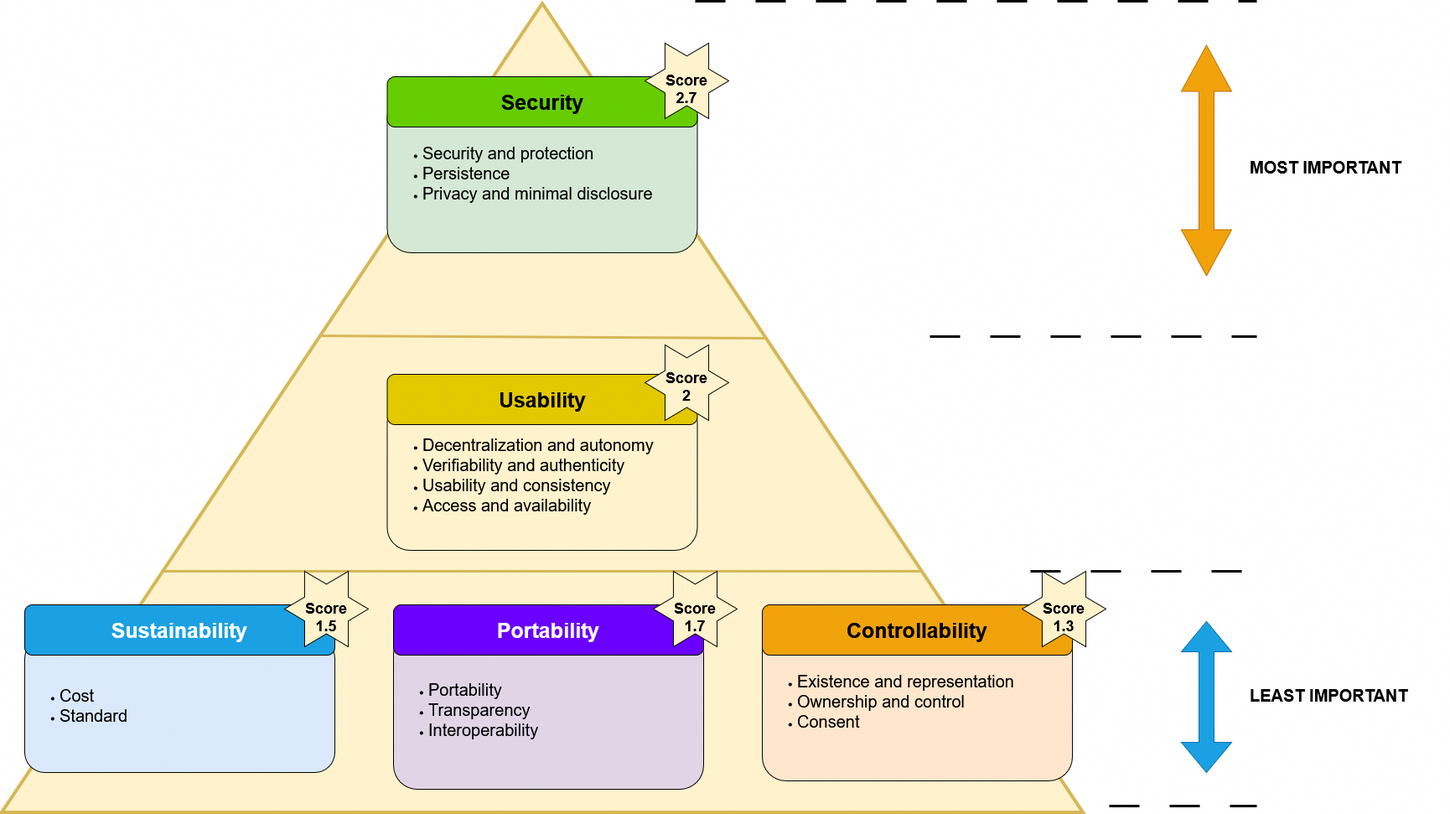
The draw.io diagram definition/images/survey/ImportantGroups.png in cristianlepore/Self-Sovereign-Identity, before a commit. Source tidied: cells renumbered, new cells last; positions are measured from the earlier drawing's top-left corner, leaving out a move shared by most shapes.
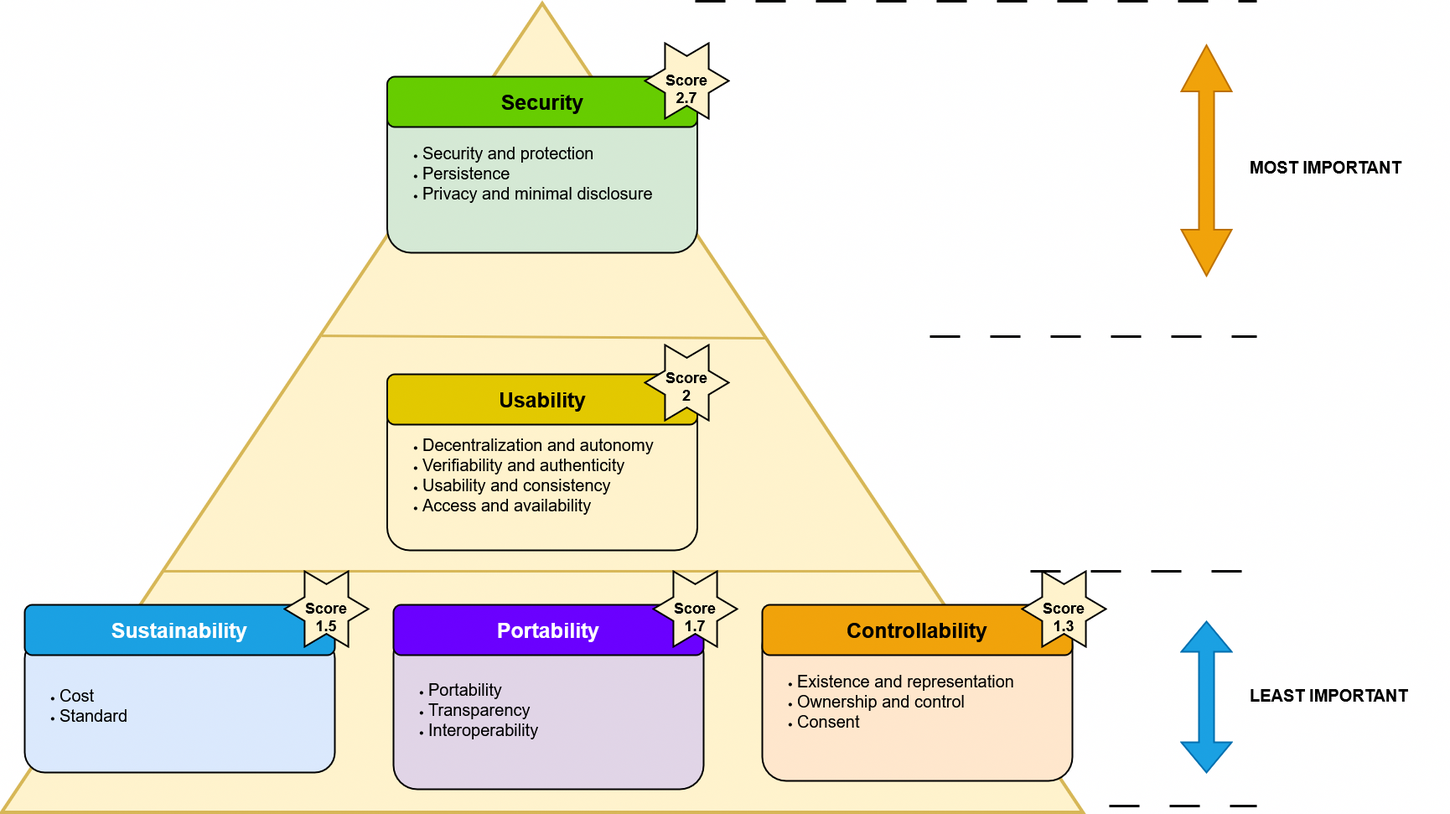
The same file after the commit.

Diff of the diagram source:
```diff
@@ -2,12 +2,12 @@
   <root>
     <mxCell id="0" />
     <mxCell id="1" parent="0" />
-    <mxCell id="2" style="endArrow=none;html=1;rounded=0;exitX=0.298;exitY=0.15;exitDx=0;exitDy=0;exitPerimeter=0;fillColor=#fff2cc;strokeColor=#000000;strokeWidth=3;dashed=1;dashPattern=12 12;" parent="1" edge="1">
-      <mxGeometry relative="1" as="geometry">
-        <mxPoint x="1150" y="1120" as="sourcePoint" />
-        <mxPoint x="1470" y="1120" as="targetPoint" />
-      </mxGeometry>
-    </mxCell>
+    <mxCell id="33" style="endArrow=none;html=1;rounded=0;exitX=0.298;exitY=0.15;exitDx=0;exitDy=0;exitPerimeter=0;fillColor=#fff2cc;strokeColor=#000000;strokeWidth=3;dashed=1;dashPattern=12 12;" parent="1" edge="1">
+      <mxGeometry relative="1" as="geometry">
+        <mxPoint x="1150" y="1120" as="sourcePoint" />
+        <mxPoint x="1470" y="1120" as="targetPoint" />
+      </mxGeometry>
+    </mxCell>
     <mxCell id="3" style="triangle;whiteSpace=wrap;html=1;rotation=-90;fillColor=#fff2cc;strokeColor=#d6b656;strokeWidth=4;" parent="1" vertex="1">
       <mxGeometry x="135" width="965" height="1290" as="geometry" />
     </mxCell>
@@ -17,93 +17,93 @@
     <mxCell id="5" value="&lt;div style=&quot;line-height: 200%;&quot; align=&quot;right&quot;&gt;&lt;b&gt;&lt;font style=&quot;font-size: 20px; color: rgb(0, 0, 0);&quot;&gt;LEAST IMPORTANT&lt;/font&gt;&lt;span style=&quot;color: rgba(0, 0, 0, 0);&quot;&gt;&lt;span style=&quot;color: rgba(0, 0, 0, 0);&quot;&gt;&lt;br&gt;&lt;/span&gt;&lt;/span&gt;&lt;/b&gt;&lt;/div&gt;" style="text;whiteSpace=wrap;html=1;" parent="1" vertex="1">
       <mxGeometry x="1460" y="970" width="240" height="60" as="geometry" />
     </mxCell>
-    <mxCell id="6" style="endArrow=none;html=1;rounded=0;entryX=0.586;entryY=0.707;entryDx=0;entryDy=0;entryPerimeter=0;exitX=0.589;exitY=0.296;exitDx=0;exitDy=0;exitPerimeter=0;fillColor=#fff2cc;strokeColor=#d6b656;strokeWidth=3;" parent="1" edge="1" source="3" target="3">
-      <mxGeometry relative="1" as="geometry" />
-    </mxCell>
-    <mxCell id="7" style="endArrow=none;html=1;rounded=0;entryX=0.298;entryY=0.851;entryDx=0;entryDy=0;entryPerimeter=0;exitX=0.298;exitY=0.15;exitDx=0;exitDy=0;exitPerimeter=0;fillColor=#fff2cc;strokeColor=#d6b656;strokeWidth=3;" parent="1" edge="1" source="3" target="3">
-      <mxGeometry relative="1" as="geometry" />
-    </mxCell>
+    <mxCell id="34" style="endArrow=none;html=1;rounded=0;entryX=0.586;entryY=0.707;entryDx=0;entryDy=0;entryPerimeter=0;exitX=0.589;exitY=0.296;exitDx=0;exitDy=0;exitPerimeter=0;fillColor=#fff2cc;strokeColor=#d6b656;strokeWidth=3;" parent="1" edge="1" source="3" target="3">
+      <mxGeometry relative="1" as="geometry" />
+    </mxCell>
+    <mxCell id="35" style="endArrow=none;html=1;rounded=0;entryX=0.298;entryY=0.851;entryDx=0;entryDy=0;entryPerimeter=0;exitX=0.298;exitY=0.15;exitDx=0;exitDy=0;exitPerimeter=0;fillColor=#fff2cc;strokeColor=#d6b656;strokeWidth=3;" parent="1" edge="1" source="3" target="3">
+      <mxGeometry relative="1" as="geometry" />
+    </mxCell>
-    <mxCell id="8" value="&lt;div align=&quot;left&quot;&gt;&lt;ul&gt;&lt;li&gt;&lt;font style=&quot;font-size: 20px;&quot;&gt;Existence and representation&lt;/font&gt;&lt;/li&gt;&lt;li&gt;&lt;font style=&quot;font-size: 20px;&quot;&gt;Ownership and control&lt;/font&gt;&lt;/li&gt;&lt;li&gt;&lt;font style=&quot;font-size: 20px;&quot;&gt;Consent&lt;/font&gt;&lt;/li&gt;&lt;/ul&gt;&lt;/div&gt;" style="rounded=1;whiteSpace=wrap;html=1;align=left;fillColor=#ffe6cc;strokeColor=#000000;" parent="1" vertex="1">
+    <mxCell id="8" value="&lt;div align=&quot;left&quot;&gt;&lt;ul&gt;&lt;li&gt;&lt;font style=&quot;font-size: 20px;&quot;&gt;Existence and representation&lt;/font&gt;&lt;/li&gt;&lt;li&gt;&lt;font style=&quot;font-size: 20px;&quot;&gt;Ownership and control&lt;/font&gt;&lt;/li&gt;&lt;li&gt;&lt;font style=&quot;font-size: 20px;&quot;&gt;Consent&lt;/font&gt;&lt;/li&gt;&lt;/ul&gt;&lt;/div&gt;" style="rounded=1;whiteSpace=wrap;html=1;align=left;fillColor=#ffe6cc;strokeColor=#000000;strokeWidth=2;" parent="1" vertex="1">
       <mxGeometry x="880" y="900" width="370" height="190" as="geometry" />
     </mxCell>
-    <mxCell id="9" value="&lt;div align=&quot;left&quot;&gt;&lt;ul&gt;&lt;li&gt;&lt;font style=&quot;font-size: 20px;&quot;&gt;Security and protection&lt;/font&gt;&lt;/li&gt;&lt;li&gt;&lt;font style=&quot;font-size: 20px;&quot;&gt;Persistence&lt;/font&gt;&lt;/li&gt;&lt;li&gt;&lt;font style=&quot;font-size: 20px;&quot;&gt;Privacy and minimal disclosure&lt;/font&gt;&lt;/li&gt;&lt;/ul&gt;&lt;/div&gt;" style="rounded=1;whiteSpace=wrap;html=1;align=left;fillColor=#d5e8d4;strokeColor=#000000;" parent="1" vertex="1">
+    <mxCell id="9" value="&lt;div align=&quot;left&quot;&gt;&lt;ul&gt;&lt;li&gt;&lt;font style=&quot;font-size: 20px;&quot;&gt;Security and protection&lt;/font&gt;&lt;/li&gt;&lt;li&gt;&lt;font style=&quot;font-size: 20px;&quot;&gt;Persistence&lt;/font&gt;&lt;/li&gt;&lt;li&gt;&lt;font style=&quot;font-size: 20px;&quot;&gt;Privacy and minimal disclosure&lt;/font&gt;&lt;/li&gt;&lt;/ul&gt;&lt;/div&gt;" style="rounded=1;whiteSpace=wrap;html=1;align=left;fillColor=#d5e8d4;strokeColor=#000000;strokeWidth=2;" parent="1" vertex="1">
       <mxGeometry x="432.5" y="270" width="370" height="190" as="geometry" />
     </mxCell>
-    <mxCell id="10" value="&lt;div align=&quot;left&quot;&gt;&lt;ul&gt;&lt;li&gt;&lt;font style=&quot;font-size: 20px;&quot;&gt;Decentralization and autonomy&lt;/font&gt;&lt;/li&gt;&lt;li&gt;&lt;font style=&quot;font-size: 20px;&quot;&gt;Verifiability and authenticity&lt;/font&gt;&lt;/li&gt;&lt;li&gt;&lt;font style=&quot;font-size: 20px;&quot;&gt;Usability and consistency&lt;/font&gt;&lt;/li&gt;&lt;li&gt;&lt;font style=&quot;font-size: 20px;&quot;&gt;Access and availability&lt;/font&gt;&lt;/li&gt;&lt;/ul&gt;&lt;/div&gt;" style="rounded=1;whiteSpace=wrap;html=1;align=left;fillColor=#fff2cc;strokeColor=#000000;" parent="1" vertex="1">
+    <mxCell id="10" value="&lt;div align=&quot;left&quot;&gt;&lt;ul&gt;&lt;li&gt;&lt;font style=&quot;font-size: 20px;&quot;&gt;Decentralization and autonomy&lt;/font&gt;&lt;/li&gt;&lt;li&gt;&lt;font style=&quot;font-size: 20px;&quot;&gt;Verifiability and authenticity&lt;/font&gt;&lt;/li&gt;&lt;li&gt;&lt;font style=&quot;font-size: 20px;&quot;&gt;Usability and consistency&lt;/font&gt;&lt;/li&gt;&lt;li&gt;&lt;font style=&quot;font-size: 20px;&quot;&gt;Access and availability&lt;/font&gt;&lt;/li&gt;&lt;/ul&gt;&lt;/div&gt;" style="rounded=1;whiteSpace=wrap;html=1;align=left;fillColor=#fff2cc;strokeColor=#000000;strokeWidth=2;" parent="1" vertex="1">
       <mxGeometry x="432.5" y="635" width="370" height="180" as="geometry" />
     </mxCell>
-    <mxCell id="11" value="&lt;b&gt;&lt;font style=&quot;font-size: 25px;&quot;&gt;Controllability&lt;/font&gt;&lt;/b&gt;" style="rounded=1;whiteSpace=wrap;html=1;fillColor=#f0a30a;fontColor=#000000;strokeColor=#000000;" parent="1" vertex="1">
+    <mxCell id="11" value="&lt;b&gt;&lt;font style=&quot;font-size: 25px;&quot;&gt;Controllability&lt;/font&gt;&lt;/b&gt;" style="rounded=1;whiteSpace=wrap;html=1;fillColor=#f0a30a;fontColor=#000000;strokeColor=#000000;strokeWidth=2;" parent="1" vertex="1">
       <mxGeometry x="880" y="880" width="370" height="60" as="geometry" />
     </mxCell>
-    <mxCell id="12" value="&lt;div&gt;&lt;b&gt;&lt;font style=&quot;font-size: 25px;&quot;&gt;Usability&lt;/font&gt;&lt;/b&gt;&lt;br&gt;&lt;/div&gt;" style="rounded=1;whiteSpace=wrap;html=1;fillColor=#e3c800;fontColor=#000000;strokeColor=#000000;" parent="1" vertex="1">
+    <mxCell id="12" value="&lt;div&gt;&lt;b&gt;&lt;font style=&quot;font-size: 25px;&quot;&gt;Usability&lt;/font&gt;&lt;/b&gt;&lt;br&gt;&lt;/div&gt;" style="rounded=1;whiteSpace=wrap;html=1;fillColor=#e3c800;fontColor=#000000;strokeColor=#000000;strokeWidth=2;" parent="1" vertex="1">
       <mxGeometry x="432.5" y="605" width="370" height="60" as="geometry" />
     </mxCell>
-    <mxCell id="13" value="&lt;span style=&quot;color: rgb(0, 0, 0); --darkreader-inline-color: var(--darkreader-text-ededed, #f9f5f0);&quot;&gt;&lt;b&gt;&lt;font style=&quot;font-size: 25px;&quot;&gt;Security&lt;font&gt;&lt;br&gt;&lt;/font&gt;&lt;/font&gt;&lt;/b&gt;&lt;/span&gt;" style="rounded=1;whiteSpace=wrap;html=1;fillColor=#66CC00;strokeColor=#000000;fontColor=#ffffff;" parent="1" vertex="1">
+    <mxCell id="13" value="&lt;span style=&quot;color: rgb(0, 0, 0); --darkreader-inline-color: var(--darkreader-text-ededed, #f9f5f0);&quot;&gt;&lt;b&gt;&lt;font style=&quot;font-size: 25px;&quot;&gt;Security&lt;font&gt;&lt;br&gt;&lt;/font&gt;&lt;/font&gt;&lt;/b&gt;&lt;/span&gt;" style="rounded=1;whiteSpace=wrap;html=1;fillColor=#66CC00;strokeColor=#000000;fontColor=#ffffff;strokeWidth=2;" parent="1" vertex="1">
       <mxGeometry x="432.5" y="250" width="370" height="60" as="geometry" />
     </mxCell>
-    <mxCell id="14" value="&lt;div align=&quot;left&quot;&gt;&lt;ul&gt;&lt;li&gt;&lt;font style=&quot;font-size: 20px;&quot;&gt;Cost&lt;/font&gt;&lt;/li&gt;&lt;li&gt;&lt;div&gt;&lt;font style=&quot;font-size: 20px;&quot;&gt;Standard&lt;/font&gt;&lt;/div&gt;&lt;/li&gt;&lt;/ul&gt;&lt;/div&gt;" style="rounded=1;whiteSpace=wrap;html=1;fillColor=#dae8fc;strokeColor=#000000;align=left;" parent="1" vertex="1">
+    <mxCell id="14" value="&lt;div align=&quot;left&quot;&gt;&lt;ul&gt;&lt;li&gt;&lt;font style=&quot;font-size: 20px;&quot;&gt;Cost&lt;/font&gt;&lt;/li&gt;&lt;li&gt;&lt;div&gt;&lt;font style=&quot;font-size: 20px;&quot;&gt;Standard&lt;/font&gt;&lt;/div&gt;&lt;/li&gt;&lt;/ul&gt;&lt;/div&gt;" style="rounded=1;whiteSpace=wrap;html=1;fillColor=#dae8fc;strokeColor=#000000;align=left;strokeWidth=2;" parent="1" vertex="1">
       <mxGeometry y="920" width="370" height="160" as="geometry" />
     </mxCell>
-    <mxCell id="15" value="&lt;div align=&quot;left&quot;&gt;&lt;ul&gt;&lt;li&gt;&lt;font style=&quot;font-size: 20px;&quot;&gt;Portability&lt;/font&gt;&lt;/li&gt;&lt;li&gt;&lt;font style=&quot;font-size: 20px;&quot;&gt;Transparency&lt;/font&gt;&lt;/li&gt;&lt;li&gt;&lt;font style=&quot;font-size: 20px;&quot;&gt;Interoperability&lt;/font&gt;&lt;/li&gt;&lt;/ul&gt;&lt;/div&gt;" style="rounded=1;whiteSpace=wrap;html=1;align=left;fillColor=#e1d5e7;strokeColor=#000000;" parent="1" vertex="1">
+    <mxCell id="15" value="&lt;div align=&quot;left&quot;&gt;&lt;ul&gt;&lt;li&gt;&lt;font style=&quot;font-size: 20px;&quot;&gt;Portability&lt;/font&gt;&lt;/li&gt;&lt;li&gt;&lt;font style=&quot;font-size: 20px;&quot;&gt;Transparency&lt;/font&gt;&lt;/li&gt;&lt;li&gt;&lt;font style=&quot;font-size: 20px;&quot;&gt;Interoperability&lt;/font&gt;&lt;/li&gt;&lt;/ul&gt;&lt;/div&gt;" style="rounded=1;whiteSpace=wrap;html=1;align=left;fillColor=#e1d5e7;strokeColor=#000000;strokeWidth=2;" parent="1" vertex="1">
       <mxGeometry x="440" y="910" width="370" height="190" as="geometry" />
     </mxCell>
-    <mxCell id="16" value="&lt;b&gt;&lt;font style=&quot;font-size: 25px;&quot;&gt;Portability&lt;/font&gt;&lt;/b&gt;" style="rounded=1;whiteSpace=wrap;html=1;fillColor=#6a00ff;fontColor=#ffffff;strokeColor=#000000;" parent="1" vertex="1">
+    <mxCell id="16" value="&lt;b&gt;&lt;font style=&quot;font-size: 25px;&quot;&gt;Portability&lt;/font&gt;&lt;/b&gt;" style="rounded=1;whiteSpace=wrap;html=1;fillColor=#6a00ff;fontColor=#ffffff;strokeColor=#000000;strokeWidth=2;" parent="1" vertex="1">
       <mxGeometry x="440" y="880" width="370" height="60" as="geometry" />
     </mxCell>
-    <mxCell id="17" value="&lt;font style=&quot;font-size: 25px;&quot;&gt;&lt;b&gt;Sustainability&lt;/b&gt;&lt;/font&gt;" style="rounded=1;whiteSpace=wrap;html=1;fillColor=#1ba1e2;fontColor=#ffffff;strokeColor=#000000;" parent="1" vertex="1">
+    <mxCell id="17" value="&lt;font style=&quot;font-size: 25px;&quot;&gt;&lt;b&gt;Sustainability&lt;/b&gt;&lt;/font&gt;" style="rounded=1;whiteSpace=wrap;html=1;fillColor=#1ba1e2;fontColor=#ffffff;strokeColor=#000000;strokeWidth=2;" parent="1" vertex="1">
       <mxGeometry y="880" width="370" height="60" as="geometry" />
     </mxCell>
-    <mxCell id="18" style="shape=doubleArrow;whiteSpace=wrap;html=1;rotation=90;fillColor=#1ba1e2;strokeColor=#006EAF;fontColor=#ffffff;" parent="1" vertex="1">
-      <mxGeometry x="1320" y="960" width="180" height="60" as="geometry" />
-    </mxCell>
-    <mxCell id="19" style="shape=doubleArrow;whiteSpace=wrap;html=1;rotation=90;fillColor=#f0a30a;fontColor=#000000;strokeColor=#BD7000;" parent="1" vertex="1">
-      <mxGeometry x="1272.5" y="320" width="275" height="60" as="geometry" />
-    </mxCell>
-    <mxCell id="20" style="endArrow=none;html=1;rounded=0;fillColor=#fff2cc;strokeColor=#000000;strokeWidth=3;dashed=1;dashPattern=12 12;" parent="1" edge="1">
-      <mxGeometry relative="1" as="geometry">
-        <mxPoint x="1200" y="840" as="sourcePoint" />
-        <mxPoint x="1470" y="840" as="targetPoint" />
-      </mxGeometry>
-    </mxCell>
-    <mxCell id="21" style="endArrow=none;html=1;rounded=0;fillColor=#fff2cc;strokeColor=#000000;strokeWidth=3;dashed=1;dashPattern=12 12;" parent="1" edge="1">
-      <mxGeometry relative="1" as="geometry">
-        <mxPoint x="1080" y="560" as="sourcePoint" />
-        <mxPoint x="1470" y="560" as="targetPoint" />
-      </mxGeometry>
-    </mxCell>
-    <mxCell id="22" style="endArrow=none;html=1;rounded=0;fillColor=#fff2cc;strokeColor=#000000;strokeWidth=3;dashed=1;dashPattern=12 12;" parent="1" edge="1">
-      <mxGeometry relative="1" as="geometry">
-        <mxPoint x="800" y="160" as="sourcePoint" />
-        <mxPoint x="1470" y="160" as="targetPoint" />
-      </mxGeometry>
-    </mxCell>
-    <mxCell id="23" style="verticalLabelPosition=bottom;verticalAlign=top;html=1;shape=mxgraph.basic.6_point_star;fillColor=#fff2cc;strokeColor=#000000;" parent="1" vertex="1">
-      <mxGeometry x="740" y="210" width="100" height="90" as="geometry" />
-    </mxCell>
+    <mxCell id="36" style="shape=doubleArrow;whiteSpace=wrap;html=1;rotation=90;fillColor=#1ba1e2;strokeColor=#006EAF;fontColor=#ffffff;strokeWidth=2;" parent="1" vertex="1">
+      <mxGeometry x="1320" y="960" width="180" height="60" as="geometry" />
+    </mxCell>
+    <mxCell id="37" style="shape=doubleArrow;whiteSpace=wrap;html=1;rotation=90;fillColor=#f0a30a;fontColor=#000000;strokeColor=#BD7000;strokeWidth=2;" parent="1" vertex="1">
+      <mxGeometry x="1272.5" y="320" width="275" height="60" as="geometry" />
+    </mxCell>
+    <mxCell id="38" style="endArrow=none;html=1;rounded=0;fillColor=#fff2cc;strokeColor=#000000;strokeWidth=3;dashed=1;dashPattern=12 12;" parent="1" edge="1">
+      <mxGeometry relative="1" as="geometry">
+        <mxPoint x="1200" y="840" as="sourcePoint" />
+        <mxPoint x="1470" y="840" as="targetPoint" />
+      </mxGeometry>
+    </mxCell>
+    <mxCell id="39" style="endArrow=none;html=1;rounded=0;fillColor=#fff2cc;strokeColor=#000000;strokeWidth=3;dashed=1;dashPattern=12 12;" parent="1" edge="1">
+      <mxGeometry relative="1" as="geometry">
+        <mxPoint x="1080" y="560" as="sourcePoint" />
+        <mxPoint x="1470" y="560" as="targetPoint" />
+      </mxGeometry>
+    </mxCell>
+    <mxCell id="40" style="endArrow=none;html=1;rounded=0;fillColor=#fff2cc;strokeColor=#000000;strokeWidth=3;dashed=1;dashPattern=12 12;" parent="1" edge="1">
+      <mxGeometry relative="1" as="geometry">
+        <mxPoint x="800" y="160" as="sourcePoint" />
+        <mxPoint x="1470" y="160" as="targetPoint" />
+      </mxGeometry>
+    </mxCell>
+    <mxCell id="41" style="verticalLabelPosition=bottom;verticalAlign=top;html=1;shape=mxgraph.basic.6_point_star;fillColor=#fff2cc;strokeColor=#000000;strokeWidth=2;" parent="1" vertex="1">
+      <mxGeometry x="740" y="210" width="100" height="90" as="geometry" />
+    </mxCell>
     <mxCell id="24" value="&lt;font style=&quot;font-size: 18px;&quot;&gt;&lt;b&gt;&lt;font&gt;Score 2.7&lt;/font&gt;&lt;/b&gt;&lt;/font&gt;" style="text;html=1;align=center;verticalAlign=middle;whiteSpace=wrap;rounded=0;" parent="1" vertex="1">
       <mxGeometry x="760" y="250" width="60" height="30" as="geometry" />
     </mxCell>
-    <mxCell id="25" style="verticalLabelPosition=bottom;verticalAlign=top;html=1;shape=mxgraph.basic.6_point_star;fillColor=#fff2cc;strokeColor=#000000;" parent="1" vertex="1">
-      <mxGeometry x="740" y="570" width="100" height="90" as="geometry" />
-    </mxCell>
-    <mxCell id="26" style="verticalLabelPosition=bottom;verticalAlign=top;html=1;shape=mxgraph.basic.6_point_star;fillColor=#fff2cc;strokeColor=#000000;" parent="1" vertex="1">
-      <mxGeometry x="750" y="840" width="100" height="90" as="geometry" />
-    </mxCell>
+    <mxCell id="42" style="verticalLabelPosition=bottom;verticalAlign=top;html=1;shape=mxgraph.basic.6_point_star;fillColor=#fff2cc;strokeColor=#000000;strokeWidth=2;" parent="1" vertex="1">
+      <mxGeometry x="740" y="570" width="100" height="90" as="geometry" />
+    </mxCell>
+    <mxCell id="43" style="verticalLabelPosition=bottom;verticalAlign=top;html=1;shape=mxgraph.basic.6_point_star;fillColor=#fff2cc;strokeColor=#000000;strokeWidth=2;" parent="1" vertex="1">
+      <mxGeometry x="750" y="840" width="100" height="90" as="geometry" />
+    </mxCell>
     <mxCell id="27" value="&lt;font style=&quot;font-size: 18px;&quot;&gt;&lt;b&gt;&lt;font&gt;Score 2&lt;/font&gt;&lt;/b&gt;&lt;/font&gt;" style="text;html=1;align=center;verticalAlign=middle;whiteSpace=wrap;rounded=0;" parent="1" vertex="1">
       <mxGeometry x="760" y="605" width="60" height="30" as="geometry" />
     </mxCell>
     <mxCell id="28" value="&lt;font style=&quot;font-size: 18px;&quot;&gt;&lt;b&gt;&lt;font&gt;Score 1.7&lt;/font&gt;&lt;/b&gt;&lt;/font&gt;" style="text;html=1;align=center;verticalAlign=middle;whiteSpace=wrap;rounded=0;" parent="1" vertex="1">
       <mxGeometry x="770" y="880" width="60" height="30" as="geometry" />
     </mxCell>
-    <mxCell id="29" style="verticalLabelPosition=bottom;verticalAlign=top;html=1;shape=mxgraph.basic.6_point_star;fillColor=#fff2cc;strokeColor=#000000;" parent="1" vertex="1">
-      <mxGeometry x="310" y="840" width="100" height="90" as="geometry" />
-    </mxCell>
+    <mxCell id="44" style="verticalLabelPosition=bottom;verticalAlign=top;html=1;shape=mxgraph.basic.6_point_star;fillColor=#fff2cc;strokeColor=#000000;strokeWidth=2;" parent="1" vertex="1">
+      <mxGeometry x="310" y="840" width="100" height="90" as="geometry" />
+    </mxCell>
     <mxCell id="30" value="&lt;font style=&quot;font-size: 18px;&quot;&gt;&lt;b&gt;&lt;font&gt;Score 1.5&lt;/font&gt;&lt;/b&gt;&lt;/font&gt;" style="text;html=1;align=center;verticalAlign=middle;whiteSpace=wrap;rounded=0;" parent="1" vertex="1">
       <mxGeometry x="330" y="880" width="60" height="30" as="geometry" />
     </mxCell>
-    <mxCell id="31" style="verticalLabelPosition=bottom;verticalAlign=top;html=1;shape=mxgraph.basic.6_point_star;fillColor=#fff2cc;strokeColor=#000000;" parent="1" vertex="1">
-      <mxGeometry x="1190" y="840" width="100" height="90" as="geometry" />
-    </mxCell>
+    <mxCell id="45" style="verticalLabelPosition=bottom;verticalAlign=top;html=1;shape=mxgraph.basic.6_point_star;fillColor=#fff2cc;strokeColor=#000000;strokeWidth=2;" parent="1" vertex="1">
+      <mxGeometry x="1190" y="840" width="100" height="90" as="geometry" />
+    </mxCell>
     <mxCell id="32" value="&lt;font style=&quot;font-size: 18px;&quot;&gt;&lt;b&gt;&lt;font&gt;Score 1.3&lt;/font&gt;&lt;/b&gt;&lt;/font&gt;" style="text;html=1;align=center;verticalAlign=middle;whiteSpace=wrap;rounded=0;" parent="1" vertex="1">
       <mxGeometry x="1210" y="880" width="60" height="30" as="geometry" />
     </mxCell>
```
